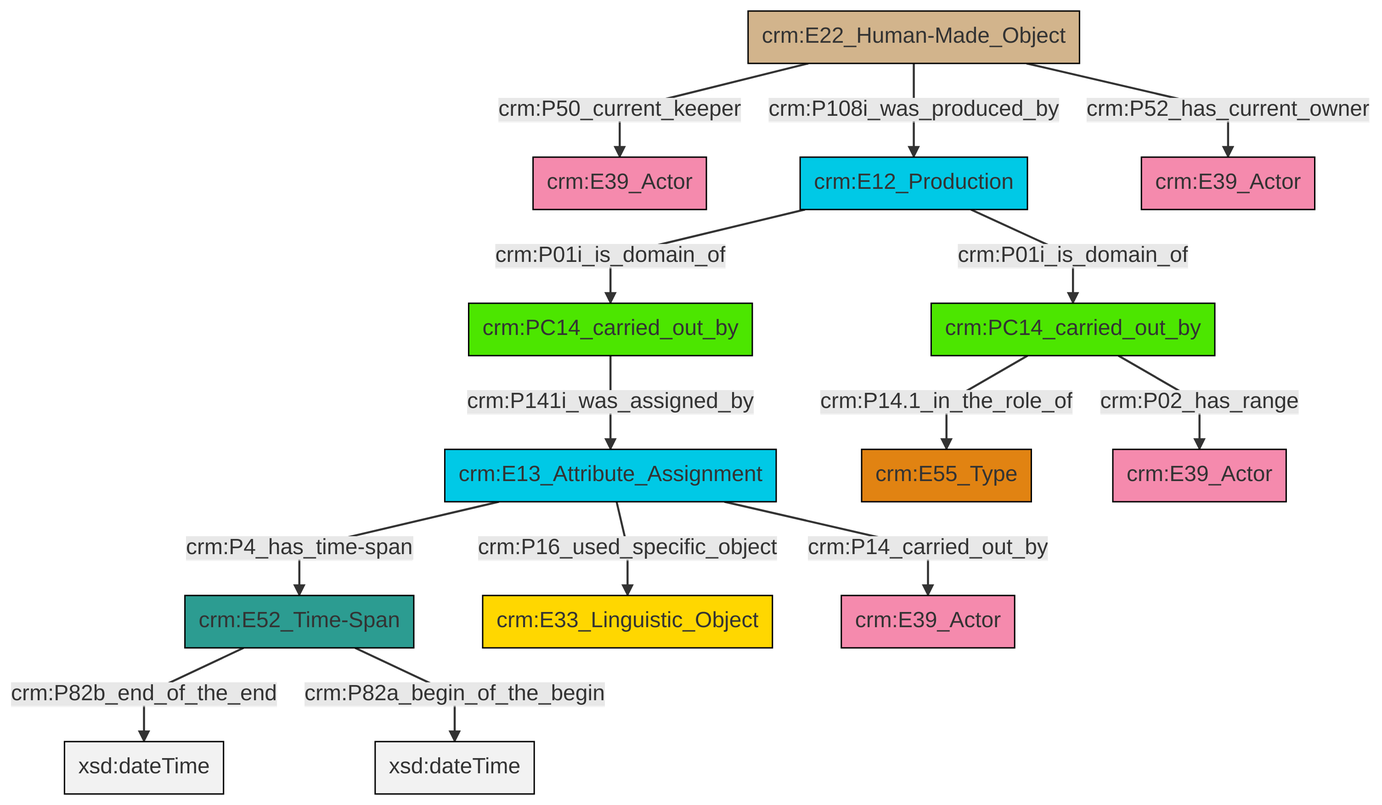
This is et/carrierCSV/ttl/mmd/png/carrier_relations.png from swiss-art-research-net/docs.swissartresearch, a Mermaid export, as it was before one commit. Its source is kept beside it as et/carrierCSV/ttl/mmd/carrier_relations.ttl.mmd.
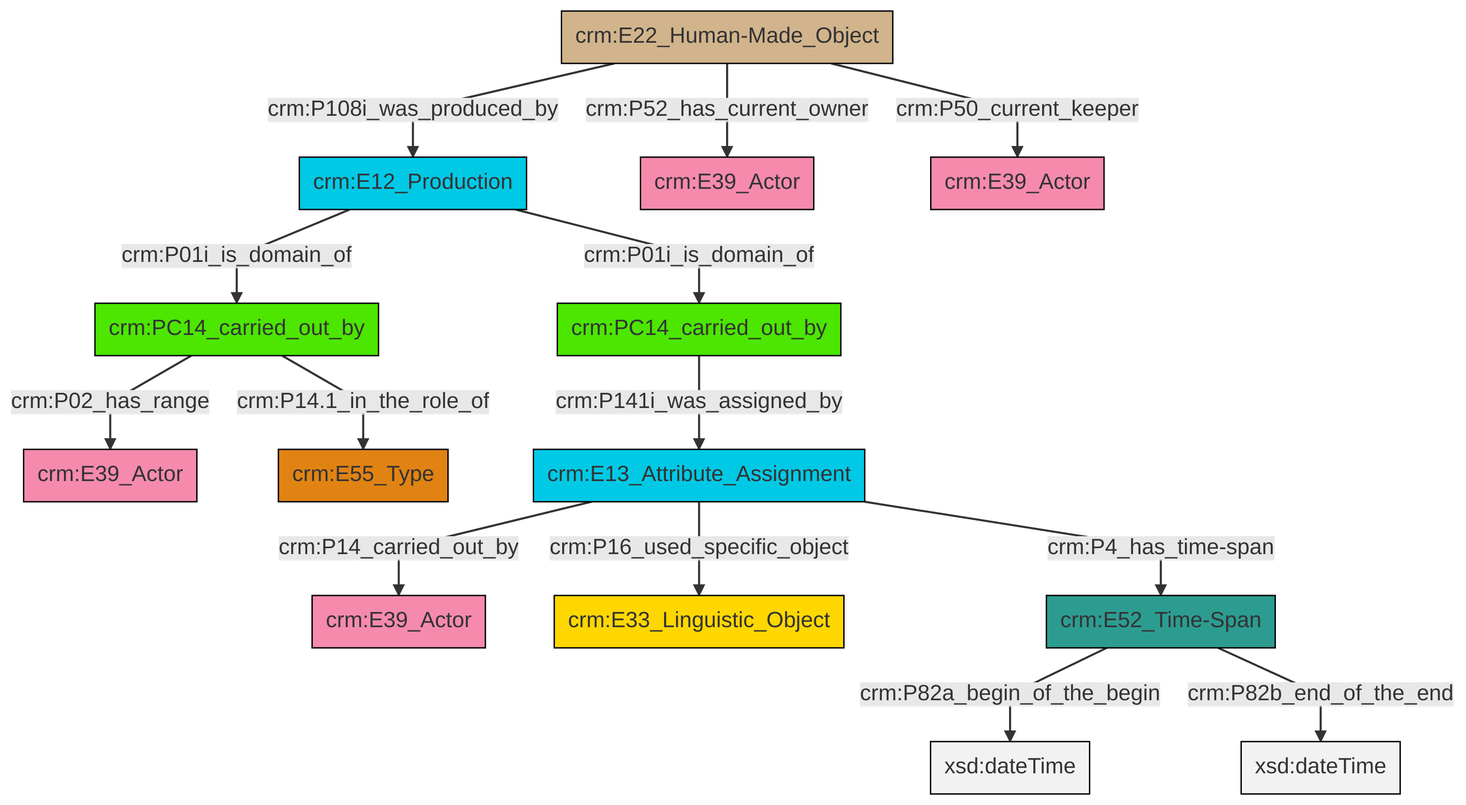
Later version of the same file.

What changed in the source:
```diff
@@ -13,16 +13,16 @@
 classDef PC_Classes fill:#4ce600, stroke:#000000;
 classDef Multi fill:#cccccc,stroke:#000000;
 
-0["crm:E22_Human-Made_Object"]:::Physical_Thing -->|crm:P50_current_keeper| 1["crm:E39_Actor"]:::Actor
-4["crm:E52_Time-Span"]:::Time-Span -->|crm:P82b_end_of_the_end| 5[xsd:dateTime]:::Literal
-7["crm:E12_Production"]:::Temporal_Entity -->|crm:P01i_is_domain_of| 8["crm:PC14_carried_out_by"]:::PC_Classes
-0["crm:E22_Human-Made_Object"]:::Physical_Thing -->|crm:P108i_was_produced_by| 7["crm:E12_Production"]:::Temporal_Entity
-4["crm:E52_Time-Span"]:::Time-Span -->|crm:P82a_begin_of_the_begin| 11[xsd:dateTime]:::Literal
-14["crm:E13_Attribute_Assignment"]:::Temporal_Entity -->|crm:P4_has_time-span| 4["crm:E52_Time-Span"]:::Time-Span
-7["crm:E12_Production"]:::Temporal_Entity -->|crm:P01i_is_domain_of| 15["crm:PC14_carried_out_by"]:::PC_Classes
-14["crm:E13_Attribute_Assignment"]:::Temporal_Entity -->|crm:P16_used_specific_object| 12["crm:E33_Linguistic_Object"]:::Conceptual_Object
-15["crm:PC14_carried_out_by"]:::PC_Classes -->|crm:P14.1_in_the_role_of| 16["crm:E55_Type"]:::Type
-14["crm:E13_Attribute_Assignment"]:::Temporal_Entity -->|crm:P14_carried_out_by| 19["crm:E39_Actor"]:::Actor
-8["crm:PC14_carried_out_by"]:::PC_Classes -->|crm:P141i_was_assigned_by| 14["crm:E13_Attribute_Assignment"]:::Temporal_Entity
-15["crm:PC14_carried_out_by"]:::PC_Classes -->|crm:P02_has_range| 2["crm:E39_Actor"]:::Actor
-0["crm:E22_Human-Made_Object"]:::Physical_Thing -->|crm:P52_has_current_owner| 22["crm:E39_Actor"]:::Actor
+0["crm:E22_Human-Made_Object"]:::Physical_Thing -->|crm:P108i_was_produced_by| 1["crm:E12_Production"]:::Temporal_Entity
+0["crm:E22_Human-Made_Object"]:::Physical_Thing -->|crm:P52_has_current_owner| 2["crm:E39_Actor"]:::Actor
+7["crm:PC14_carried_out_by"]:::PC_Classes -->|crm:P02_has_range| 5["crm:E39_Actor"]:::Actor
+8["crm:E13_Attribute_Assignment"]:::Temporal_Entity -->|crm:P14_carried_out_by| 9["crm:E39_Actor"]:::Actor
+1["crm:E12_Production"]:::Temporal_Entity -->|crm:P01i_is_domain_of| 7["crm:PC14_carried_out_by"]:::PC_Classes
+10["crm:E52_Time-Span"]:::Time-Span -->|crm:P82a_begin_of_the_begin| 11[xsd:dateTime]:::Literal
+8["crm:E13_Attribute_Assignment"]:::Temporal_Entity -->|crm:P16_used_specific_object| 14["crm:E33_Linguistic_Object"]:::Conceptual_Object
+10["crm:E52_Time-Span"]:::Time-Span -->|crm:P82b_end_of_the_end| 15[xsd:dateTime]:::Literal
+16["crm:PC14_carried_out_by"]:::PC_Classes -->|crm:P141i_was_assigned_by| 8["crm:E13_Attribute_Assignment"]:::Temporal_Entity
+0["crm:E22_Human-Made_Object"]:::Physical_Thing -->|crm:P50_current_keeper| 3["crm:E39_Actor"]:::Actor
+8["crm:E13_Attribute_Assignment"]:::Temporal_Entity -->|crm:P4_has_time-span| 10["crm:E52_Time-Span"]:::Time-Span
+1["crm:E12_Production"]:::Temporal_Entity -->|crm:P01i_is_domain_of| 16["crm:PC14_carried_out_by"]:::PC_Classes
+7["crm:PC14_carried_out_by"]:::PC_Classes -->|crm:P14.1_in_the_role_of| 24["crm:E55_Type"]:::Type
```
